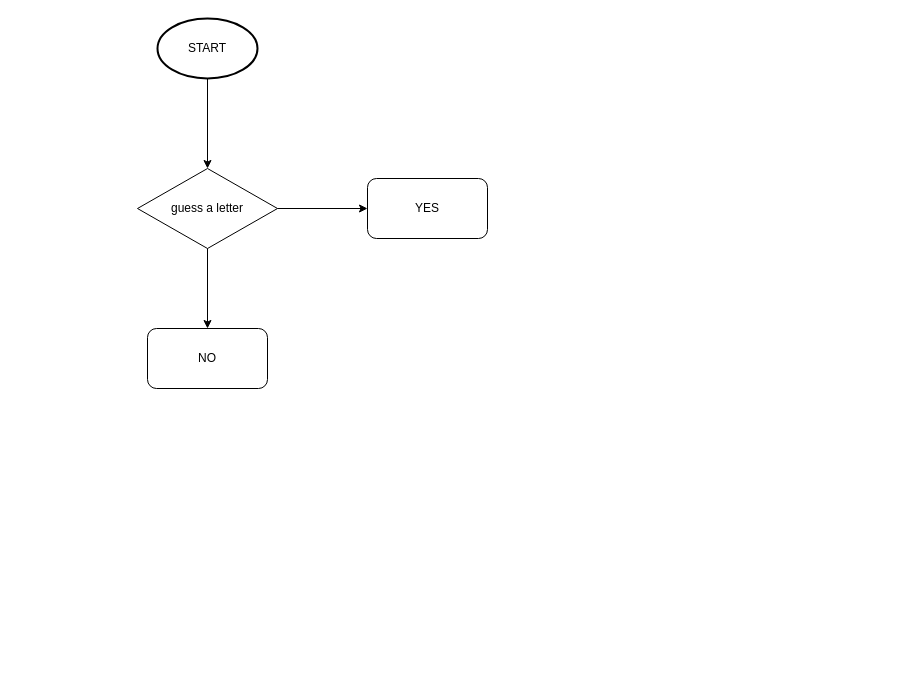
The draw.io diagram hangman_chart.drawio in toracci/-diagrams, before the edit. Source tidied: cells renumbered, new cells numbered last; positions are measured from the earlier drawing's top-left corner, leaving out a move shared by most shapes. Both pictures are drawn from the tidied source at 100%, with x=0, y=0 at pixel (137, 18).
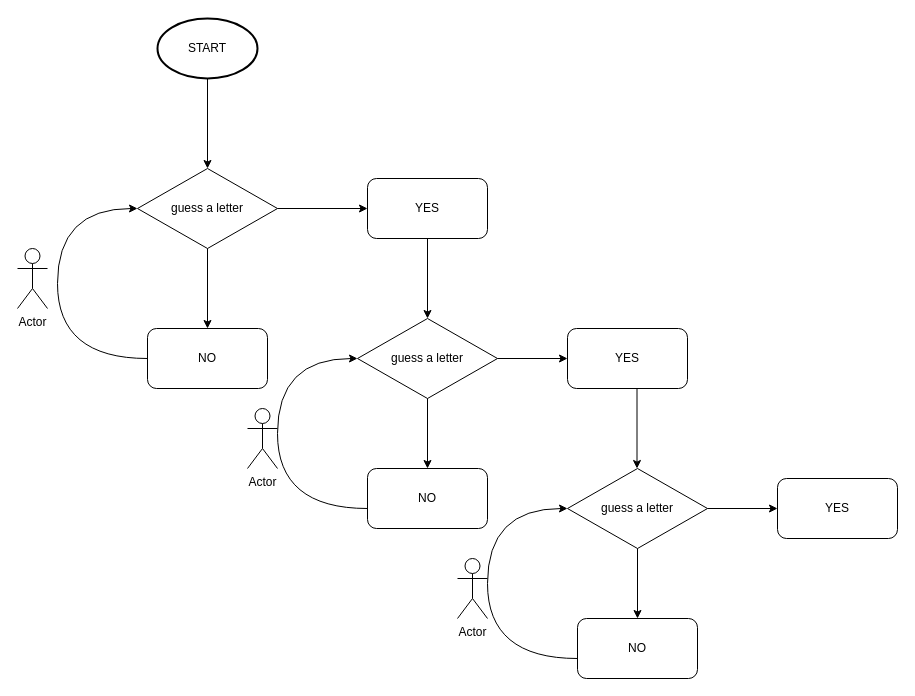
After the change.

The change refers to these unchanged cells:
```xml
<mxCell id="2" value="guess a letter" style="rhombus;whiteSpace=wrap;html=1;" parent="1" vertex="1">
  <mxGeometry y="150" width="140" height="80" as="geometry" />
</mxCell>
<mxCell id="5" value="YES" style="rounded=1;whiteSpace=wrap;html=1;" parent="1" vertex="1">
  <mxGeometry x="230" y="160" width="120" height="60" as="geometry" />
</mxCell>
<mxCell id="6" value="NO" style="rounded=1;whiteSpace=wrap;html=1;" parent="1" vertex="1">
  <mxGeometry x="10" y="310" width="120" height="60" as="geometry" />
</mxCell>
```

The edit, as a diff of the source:
```diff
@@
+    <mxCell id="9" value="guess a letter" style="rhombus;whiteSpace=wrap;html=1;" parent="1" vertex="1">
+      <mxGeometry x="220" y="300" width="140" height="80" as="geometry" />
+    </mxCell>
+    <mxCell id="10" style="endArrow=classic;html=1;rounded=0;entryX=0.5;entryY=0;entryDx=0;entryDy=0;exitX=0.5;exitY=1;exitDx=0;exitDy=0;" parent="1" edge="1" source="5" target="9">
+      <mxGeometry relative="1" as="geometry" />
+    </mxCell>
+    <mxCell id="11" value="NO" style="rounded=1;whiteSpace=wrap;html=1;" parent="1" vertex="1">
+      <mxGeometry x="230" y="450" width="120" height="60" as="geometry" />
+    </mxCell>
+    <mxCell id="12" value="YES" style="rounded=1;whiteSpace=wrap;html=1;" parent="1" vertex="1">
+      <mxGeometry x="430" y="310" width="120" height="60" as="geometry" />
+    </mxCell>
+    <mxCell id="13" style="endArrow=classic;html=1;rounded=0;entryX=0;entryY=0.5;entryDx=0;entryDy=0;exitX=1;exitY=0.5;exitDx=0;exitDy=0;" parent="1" edge="1" source="9" target="12">
+      <mxGeometry relative="1" as="geometry" />
+    </mxCell>
+    <mxCell id="14" style="endArrow=classic;html=1;rounded=0;entryX=0.5;entryY=0;entryDx=0;entryDy=0;exitX=0.5;exitY=1;exitDx=0;exitDy=0;" parent="1" edge="1" source="9" target="11">
+      <mxGeometry relative="1" as="geometry" />
+    </mxCell>
+    <mxCell id="15" style="endArrow=classic;html=1;rounded=0;curved=1;edgeStyle=orthogonalEdgeStyle;entryX=0;entryY=0.5;entryDx=0;entryDy=0;exitX=0;exitY=0.5;exitDx=0;exitDy=0;" parent="1" edge="1" source="6" target="2">
+      <mxGeometry relative="1" as="geometry">
+        <Array as="points">
+          <mxPoint x="-80" y="340" />
+          <mxPoint x="-80" y="190" />
+        </Array>
+      </mxGeometry>
+    </mxCell>
+    <mxCell id="16" style="endArrow=classic;html=1;rounded=0;curved=1;edgeStyle=orthogonalEdgeStyle;entryX=0;entryY=0.5;entryDx=0;entryDy=0;exitX=0;exitY=0.5;exitDx=0;exitDy=0;" parent="1" edge="1">
+      <mxGeometry relative="1" as="geometry">
+        <mxPoint x="230" y="490" as="sourcePoint" />
+        <mxPoint x="220" y="340" as="targetPoint" />
+        <Array as="points">
+          <mxPoint x="140" y="490" />
+          <mxPoint x="140" y="340" />
+        </Array>
+      </mxGeometry>
+    </mxCell>
+    <mxCell id="17" value="guess a letter" style="rhombus;whiteSpace=wrap;html=1;" parent="1" vertex="1">
+      <mxGeometry x="430" y="450" width="140" height="80" as="geometry" />
+    </mxCell>
+    <mxCell id="18" value="NO" style="rounded=1;whiteSpace=wrap;html=1;" parent="1" vertex="1">
+      <mxGeometry x="440" y="600" width="120" height="60" as="geometry" />
+    </mxCell>
+    <mxCell id="19" value="YES" style="rounded=1;whiteSpace=wrap;html=1;" parent="1" vertex="1">
+      <mxGeometry x="640" y="460" width="120" height="60" as="geometry" />
+    </mxCell>
+    <mxCell id="20" style="endArrow=classic;html=1;rounded=0;entryX=0;entryY=0.5;entryDx=0;entryDy=0;exitX=1;exitY=0.5;exitDx=0;exitDy=0;" parent="1" edge="1" source="17" target="19">
+      <mxGeometry relative="1" as="geometry" />
+    </mxCell>
+    <mxCell id="21" style="endArrow=classic;html=1;rounded=0;entryX=0.5;entryY=0;entryDx=0;entryDy=0;exitX=0.5;exitY=1;exitDx=0;exitDy=0;" parent="1" edge="1" source="17" target="18">
+      <mxGeometry relative="1" as="geometry" />
+    </mxCell>
+    <mxCell id="22" style="endArrow=classic;html=1;rounded=0;curved=1;edgeStyle=orthogonalEdgeStyle;entryX=0;entryY=0.5;entryDx=0;entryDy=0;exitX=0;exitY=0.5;exitDx=0;exitDy=0;" parent="1" edge="1">
+      <mxGeometry relative="1" as="geometry">
+        <mxPoint x="440" y="640" as="sourcePoint" />
+        <mxPoint x="430" y="490" as="targetPoint" />
+        <Array as="points">
+          <mxPoint x="350" y="640" />
+          <mxPoint x="350" y="490" />
+        </Array>
+      </mxGeometry>
+    </mxCell>
+    <mxCell id="23" style="endArrow=classic;html=1;rounded=0;entryX=0.5;entryY=0;entryDx=0;entryDy=0;exitX=0.5;exitY=1;exitDx=0;exitDy=0;" parent="1" edge="1">
+      <mxGeometry relative="1" as="geometry">
+        <mxPoint x="499.5" y="370" as="sourcePoint" />
+        <mxPoint x="499.5" y="450" as="targetPoint" />
+      </mxGeometry>
+    </mxCell>
+    <mxCell id="24" value="Actor" style="shape=umlActor;verticalLabelPosition=bottom;verticalAlign=top;html=1;" parent="1" vertex="1">
+      <mxGeometry x="-120" y="230" width="30" height="60" as="geometry" />
+    </mxCell>
+    <mxCell id="25" value="Actor" style="shape=umlActor;verticalLabelPosition=bottom;verticalAlign=top;html=1;" parent="1" vertex="1">
+      <mxGeometry x="110" y="390" width="30" height="60" as="geometry" />
+    </mxCell>
+    <mxCell id="26" value="Actor" style="shape=umlActor;verticalLabelPosition=bottom;verticalAlign=top;html=1;" parent="1" vertex="1">
+      <mxGeometry x="320" y="540" width="30" height="60" as="geometry" />
+    </mxCell>
```
